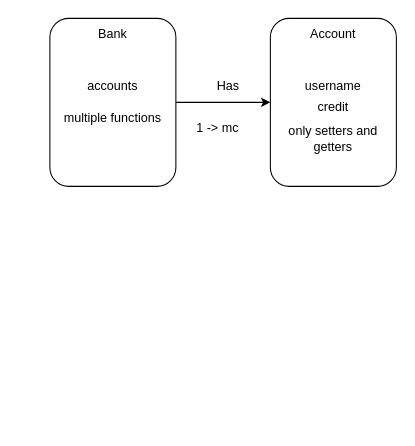
This is Repetition/M1.drawio from leon-prob/m320, a draw.io file, before an edit. Source tidied: cells renumbered, new cells numbered last; positions are measured from the earlier drawing's top-left corner, leaving out a move shared by most shapes. Both pictures are drawn from the tidied source at 105%, with x=0, y=0 at pixel (49, 18).
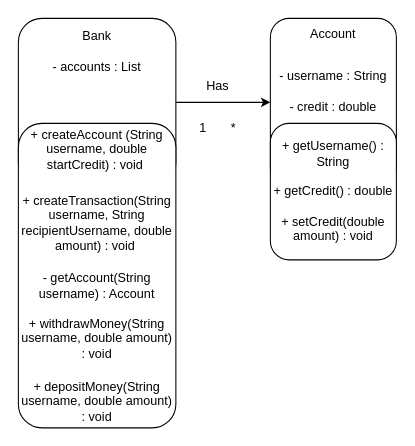
Above is the later version.

The edit, as a diff of the source:
```diff
@@
 <mxGraphModel>
   <root>
     <mxCell id="0" />
     <mxCell id="1" parent="0" />
     <mxCell id="2" style="rounded=1;whiteSpace=wrap;html=1;" parent="1" vertex="1">
-      <mxGeometry width="120" height="160" as="geometry" />
+      <mxGeometry x="-30" width="150" height="160" as="geometry" />
     </mxCell>
     <mxCell id="3" value="Bank" style="text;html=1;align=center;verticalAlign=middle;whiteSpace=wrap;rounded=0;" parent="1" vertex="1">
-      <mxGeometry width="120" height="30" as="geometry" />
+      <mxGeometry x="-15" y="2" width="120" height="30" as="geometry" />
     </mxCell>
     <mxCell id="4" style="endArrow=classic;html=1;rounded=0;exitX=1;exitY=0.5;exitDx=0;exitDy=0;" parent="1" edge="1" source="2" target="5">
       <mxGeometry relative="1" as="geometry" />
     </mxCell>
     <mxCell id="5" style="rounded=1;whiteSpace=wrap;html=1;" parent="1" vertex="1">
       <mxGeometry x="210" width="120" height="160" as="geometry" />
     </mxCell>
     <mxCell id="6" value="Account" style="text;html=1;align=center;verticalAlign=middle;whiteSpace=wrap;rounded=0;" parent="1" vertex="1">
       <mxGeometry x="240" width="60" height="30" as="geometry" />
     </mxCell>
-    <mxCell id="7" value="username" style="text;html=1;align=center;verticalAlign=middle;whiteSpace=wrap;rounded=0;" parent="1" vertex="1">
-      <mxGeometry x="210" y="50" width="120" height="30" as="geometry" />
+    <mxCell id="7" value="- username : String" style="text;html=1;align=center;verticalAlign=middle;whiteSpace=wrap;rounded=0;" parent="1" vertex="1">
+      <mxGeometry x="210" y="40" width="120" height="30" as="geometry" />
     </mxCell>
-    <mxCell id="8" value="1 -&amp;gt; mc" style="text;html=1;align=center;verticalAlign=middle;whiteSpace=wrap;rounded=0;" parent="1" vertex="1">
+    <mxCell id="8" value="1&amp;nbsp; &amp;nbsp; &amp;nbsp; &amp;nbsp;*" style="text;html=1;align=center;verticalAlign=middle;whiteSpace=wrap;rounded=0;" parent="1" vertex="1">
       <mxGeometry x="130" y="90" width="60" height="30" as="geometry" />
     </mxCell>
-    <mxCell id="9" value="credit" style="text;html=1;align=center;verticalAlign=middle;whiteSpace=wrap;rounded=0;" parent="1" vertex="1">
+    <mxCell id="9" value="- credit : double" style="text;html=1;align=center;verticalAlign=middle;whiteSpace=wrap;rounded=0;" parent="1" vertex="1">
       <mxGeometry x="210" y="70" width="120" height="30" as="geometry" />
     </mxCell>
-    <mxCell id="10" value="accounts" style="text;html=1;align=center;verticalAlign=middle;whiteSpace=wrap;rounded=0;" parent="1" vertex="1">
-      <mxGeometry y="50" width="120" height="30" as="geometry" />
+    <mxCell id="10" value="- accounts : List" style="text;html=1;align=center;verticalAlign=middle;whiteSpace=wrap;rounded=0;" parent="1" vertex="1">
+      <mxGeometry x="-30" y="32" width="150" height="30" as="geometry" />
     </mxCell>
-    <mxCell id="11" value="multiple functions" style="text;html=1;align=center;verticalAlign=middle;whiteSpace=wrap;rounded=0;" parent="1" vertex="1">
-      <mxGeometry y="80" width="120" height="30" as="geometry" />
-    </mxCell>
-    <mxCell id="12" value="only setters and getters" style="text;html=1;align=center;verticalAlign=middle;whiteSpace=wrap;rounded=0;" parent="1" vertex="1">
-      <mxGeometry x="210" y="100" width="120" height="30" as="geometry" />
-    </mxCell>
     <mxCell id="13" value="Has" style="text;html=1;align=center;verticalAlign=middle;whiteSpace=wrap;rounded=0;" parent="1" vertex="1">
-      <mxGeometry x="140" y="50" width="60" height="30" as="geometry" />
+      <mxGeometry x="130" y="50" width="60" height="30" as="geometry" />
     </mxCell>
+    <mxCell id="14" style="rounded=1;whiteSpace=wrap;html=1;" parent="1" vertex="1">
+      <mxGeometry x="-30" y="100" width="150" height="290" as="geometry" />
+    </mxCell>
+    <mxCell id="15" value="+ getUsername() : String&lt;div&gt;&lt;br&gt;&lt;/div&gt;&lt;div&gt;+ getCredit() : double&lt;/div&gt;&lt;div&gt;&lt;br&gt;&lt;/div&gt;&lt;div&gt;+ setCredit(double amount) : void&lt;/div&gt;" style="rounded=1;whiteSpace=wrap;html=1;" parent="1" vertex="1">
+      <mxGeometry x="210" y="100" width="120" height="130" as="geometry" />
+    </mxCell>
+    <mxCell id="16" value="+ createAccount (String username, double startCredit) : void&amp;nbsp;" style="text;html=1;align=center;verticalAlign=middle;whiteSpace=wrap;rounded=0;" parent="1" vertex="1">
+      <mxGeometry x="-30" y="110" width="150" height="30" as="geometry" />
+    </mxCell>
+    <mxCell id="17" value="+ createTransaction(String username, String recipientUsername, double amount) : void&amp;nbsp;" style="text;html=1;align=center;verticalAlign=middle;whiteSpace=wrap;rounded=0;" parent="1" vertex="1">
+      <mxGeometry x="-30" y="180" width="150" height="30" as="geometry" />
+    </mxCell>
+    <mxCell id="18" value="+ depositMoney(String username, double amount) : void" style="text;html=1;align=center;verticalAlign=middle;whiteSpace=wrap;rounded=0;" parent="1" vertex="1">
+      <mxGeometry x="-30" y="350" width="150" height="30" as="geometry" />
+    </mxCell>
+    <mxCell id="19" value="- getAccount(String username) : Account" style="text;html=1;align=center;verticalAlign=middle;whiteSpace=wrap;rounded=0;" parent="1" vertex="1">
+      <mxGeometry x="-30" y="240" width="150" height="30" as="geometry" />
+    </mxCell>
+    <mxCell id="20" value="+ withdrawMoney(String username, double amount) : void" style="text;html=1;align=center;verticalAlign=middle;whiteSpace=wrap;rounded=0;" parent="1" vertex="1">
+      <mxGeometry x="-30" y="290" width="150" height="30" as="geometry" />
+    </mxCell>
   </root>
 </mxGraphModel>
```
